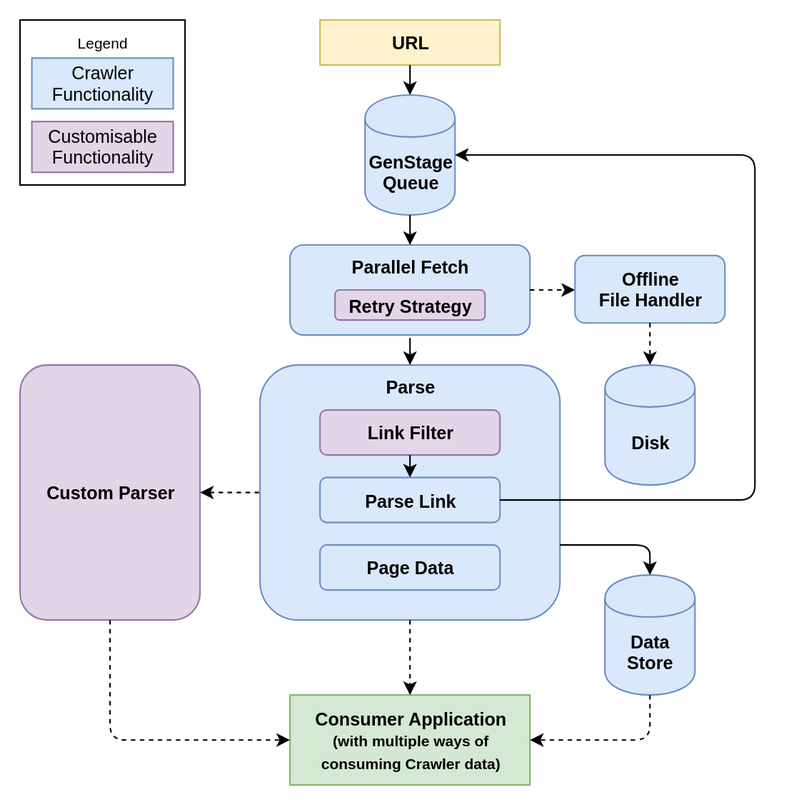
Above: architecture.svg in fredwu/crawler (draw.io), before the change. Source tidied: cells renumbered, new cells last; positions are measured from the earlier drawing's top-left corner, leaving out a move shared by most shapes.
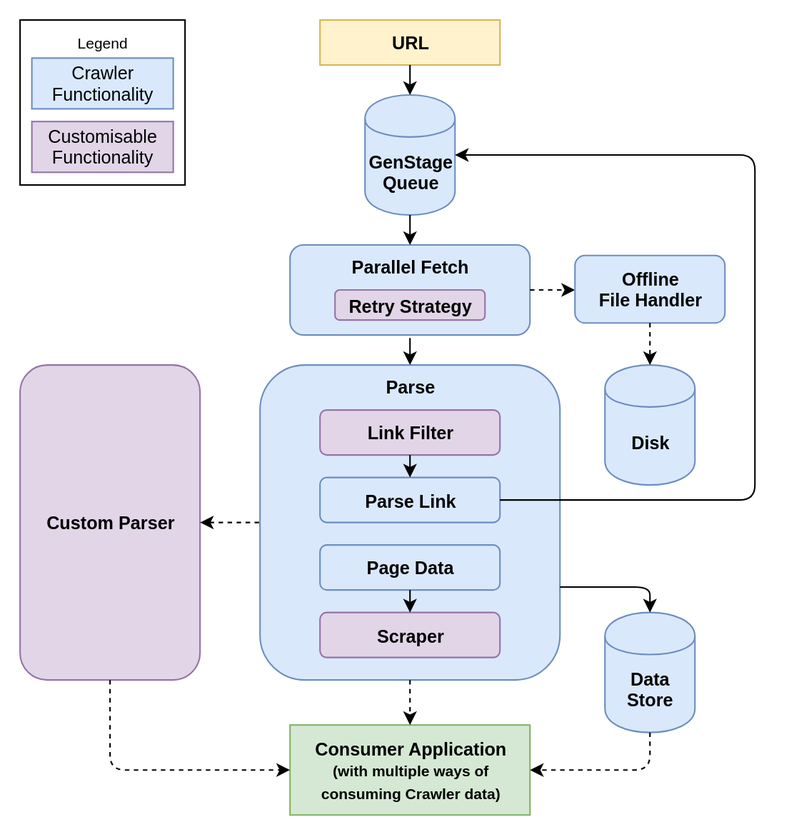
Above is the later version.

Commit message:
Added `:scraper` option to allow scraping content

What changed in the source:
```diff
@@ -9,7 +9,7 @@
       <mxGeometry x="180" y="150" width="160" height="60" as="geometry" />
     </mxCell>
     <mxCell id="4" value="Parse" style="rounded=1;whiteSpace=wrap;html=1;fillColor=#dae8fc;strokeColor=#6c8ebf;fontStyle=1;verticalAlign=top;" parent="1" vertex="1">
-      <mxGeometry x="160" y="230" width="200" height="170" as="geometry" />
+      <mxGeometry x="160" y="230" width="200" height="210" as="geometry" />
     </mxCell>
     <mxCell id="5" style="endArrow=classic;html=1;entryX=0.5;entryY=0;exitX=0.5;exitY=1;" parent="1" edge="1" target="4">
       <mxGeometry relative="1" as="geometry">
@@ -17,7 +17,7 @@
       </mxGeometry>
     </mxCell>
     <mxCell id="6" value="Custom Parser" style="rounded=1;whiteSpace=wrap;html=1;fillColor=#e1d5e7;strokeColor=#9673a6;fontStyle=1;" parent="1" vertex="1">
-      <mxGeometry y="230" width="120" height="170" as="geometry" />
+      <mxGeometry y="230" width="120" height="210" as="geometry" />
     </mxCell>
     <mxCell id="7" style="endArrow=none;dashed=1;html=1;entryX=0;entryY=0.5;exitX=1;exitY=0.5;startArrow=classic;startFill=1;" parent="1" edge="1" source="6" target="4">
       <mxGeometry relative="1" as="geometry" />
@@ -52,12 +52,12 @@
       </mxGeometry>
     </mxCell>
     <mxCell id="16" value="Data Store" style="shape=cylinder;whiteSpace=wrap;html=1;boundedLbl=1;fontStyle=1;fillColor=#dae8fc;strokeColor=#6c8ebf;" parent="1" vertex="1">
-      <mxGeometry x="390" y="370" width="60" height="80" as="geometry" />
+      <mxGeometry x="390" y="395" width="60" height="80" as="geometry" />
     </mxCell>
     <mxCell id="17" style="endArrow=classic;html=1;entryX=0.5;entryY=0;exitX=1;exitY=0.706;exitPerimeter=0;" parent="1" edge="1" source="4" target="16">
       <mxGeometry relative="1" as="geometry">
         <Array as="points">
-          <mxPoint x="420" y="350" />
+          <mxPoint x="420" y="378" />
         </Array>
       </mxGeometry>
     </mxCell>
@@ -89,12 +89,12 @@
       <mxGeometry relative="1" as="geometry" />
     </mxCell>
     <mxCell id="27" value="Consumer Application&lt;br&gt;&lt;font style=&quot;font-size: 10px&quot;&gt;(with multiple ways of &lt;br&gt;consuming Crawler data)&lt;/font&gt;" style="rounded=0;whiteSpace=wrap;html=1;fillColor=#d5e8d4;strokeColor=#82b366;fontStyle=1;" parent="1" vertex="1">
-      <mxGeometry x="180" y="450" width="160" height="60" as="geometry" />
+      <mxGeometry x="180" y="470" width="160" height="60" as="geometry" />
     </mxCell>
     <mxCell id="28" style="endArrow=classic;html=1;dashed=1;exitX=0.5;exitY=1;entryX=0;entryY=0.5;" parent="1" edge="1" source="6" target="27">
       <mxGeometry relative="1" as="geometry">
         <Array as="points">
-          <mxPoint x="60" y="480" />
+          <mxPoint x="60" y="500" />
         </Array>
       </mxGeometry>
     </mxCell>
@@ -104,9 +104,15 @@
     <mxCell id="30" style="endArrow=classic;html=1;dashed=1;entryX=1;entryY=0.5;exitX=0.5;exitY=1;" parent="1" edge="1" source="16" target="27">
       <mxGeometry relative="1" as="geometry">
         <Array as="points">
-          <mxPoint x="420" y="480" />
+          <mxPoint x="420" y="500" />
         </Array>
       </mxGeometry>
     </mxCell>
+    <mxCell id="31" value="Scraper" style="rounded=1;whiteSpace=wrap;html=1;fillColor=#e1d5e7;strokeColor=#9673a6;fontStyle=1;" parent="1" vertex="1">
+      <mxGeometry x="200" y="395" width="120" height="30" as="geometry" />
+    </mxCell>
+    <mxCell id="32" style="endArrow=classic;html=1;entryX=0.5;entryY=0;exitX=0.5;exitY=1;" parent="1" edge="1" source="10" target="31">
+      <mxGeometry relative="1" as="geometry" />
+    </mxCell>
   </root>
 </mxGraphModel>
```
